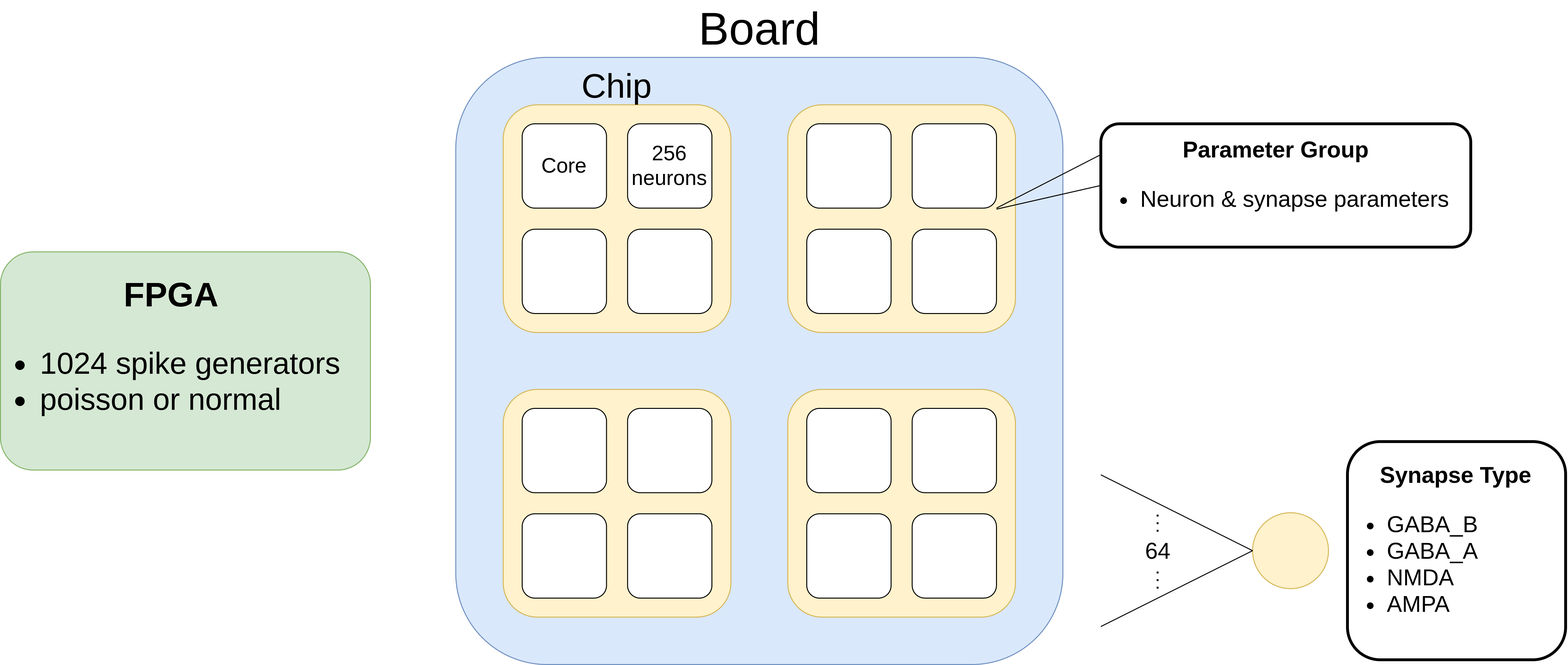
Earlier version of the draw.io export docs/devices/DynapSE/images/dynapse_structure.png (synsense/rockpool). Source tidied: cells renumbered, new cells last; positions are measured from the earlier drawing's top-left corner, leaving out a move shared by most shapes. Its diagram source:
```xml
<mxGraphModel>
  <root>
    <mxCell id="0" />
    <mxCell id="1" parent="0" />
    <mxCell id="2" style="rounded=1;whiteSpace=wrap;html=1;fillColor=#dae8fc;strokeColor=#6c8ebf;" parent="1" vertex="1">
      <mxGeometry x="480" y="60" width="640" height="640" as="geometry" />
    </mxCell>
    <mxCell id="3" style="rounded=1;whiteSpace=wrap;html=1;fillColor=#fff2cc;strokeColor=#d6b656;" parent="1" vertex="1">
      <mxGeometry x="530" y="110" width="240" height="240" as="geometry" />
    </mxCell>
    <mxCell id="4" style="rounded=1;whiteSpace=wrap;html=1;fillColor=#fff2cc;strokeColor=#d6b656;" parent="1" vertex="1">
      <mxGeometry x="830" y="110" width="240" height="240" as="geometry" />
    </mxCell>
    <mxCell id="5" style="rounded=1;whiteSpace=wrap;html=1;fillColor=#fff2cc;strokeColor=#d6b656;" parent="1" vertex="1">
      <mxGeometry x="830" y="410" width="240" height="240" as="geometry" />
    </mxCell>
    <mxCell id="6" style="rounded=1;whiteSpace=wrap;html=1;fillColor=#fff2cc;strokeColor=#d6b656;" parent="1" vertex="1">
      <mxGeometry x="530" y="410" width="240" height="240" as="geometry" />
    </mxCell>
    <mxCell id="7" style="rounded=1;whiteSpace=wrap;html=1;" parent="1" vertex="1">
      <mxGeometry x="550" y="430" width="88.9" height="88.9" as="geometry" />
    </mxCell>
    <mxCell id="8" style="rounded=1;whiteSpace=wrap;html=1;" parent="1" vertex="1">
      <mxGeometry x="661.1" y="430" width="88.9" height="88.9" as="geometry" />
    </mxCell>
    <mxCell id="9" style="rounded=1;whiteSpace=wrap;html=1;" parent="1" vertex="1">
      <mxGeometry x="661.1" y="541.1" width="88.9" height="88.9" as="geometry" />
    </mxCell>
    <mxCell id="10" style="rounded=1;whiteSpace=wrap;html=1;" parent="1" vertex="1">
      <mxGeometry x="550" y="541.1" width="88.9" height="88.9" as="geometry" />
    </mxCell>
    <mxCell id="11" style="rounded=1;whiteSpace=wrap;html=1;" parent="1" vertex="1">
      <mxGeometry x="850" y="430" width="88.9" height="88.9" as="geometry" />
    </mxCell>
    <mxCell id="12" style="rounded=1;whiteSpace=wrap;html=1;" parent="1" vertex="1">
      <mxGeometry x="961.1" y="430" width="88.9" height="88.9" as="geometry" />
    </mxCell>
    <mxCell id="13" style="rounded=1;whiteSpace=wrap;html=1;" parent="1" vertex="1">
      <mxGeometry x="961.1" y="541.1" width="88.9" height="88.9" as="geometry" />
    </mxCell>
    <mxCell id="14" style="rounded=1;whiteSpace=wrap;html=1;" parent="1" vertex="1">
      <mxGeometry x="850" y="541.1" width="88.9" height="88.9" as="geometry" />
    </mxCell>
    <mxCell id="15" style="rounded=1;whiteSpace=wrap;html=1;" parent="1" vertex="1">
      <mxGeometry x="850" y="130" width="88.9" height="88.9" as="geometry" />
    </mxCell>
    <mxCell id="16" style="rounded=1;whiteSpace=wrap;html=1;" parent="1" vertex="1">
      <mxGeometry x="961.1" y="130" width="88.9" height="88.9" as="geometry" />
    </mxCell>
    <mxCell id="17" style="rounded=1;whiteSpace=wrap;html=1;" parent="1" vertex="1">
      <mxGeometry x="961.1" y="241.1" width="88.9" height="88.9" as="geometry" />
    </mxCell>
    <mxCell id="18" style="rounded=1;whiteSpace=wrap;html=1;" parent="1" vertex="1">
      <mxGeometry x="850" y="241.1" width="88.9" height="88.9" as="geometry" />
    </mxCell>
    <mxCell id="19" value="Core" style="rounded=1;whiteSpace=wrap;html=1;fontSize=22;" parent="1" vertex="1">
      <mxGeometry x="550" y="130" width="88.9" height="88.9" as="geometry" />
    </mxCell>
    <mxCell id="20" style="rounded=1;whiteSpace=wrap;html=1;" parent="1" vertex="1">
      <mxGeometry x="661.1" y="241.1" width="88.9" height="88.9" as="geometry" />
    </mxCell>
    <mxCell id="21" style="rounded=1;whiteSpace=wrap;html=1;" parent="1" vertex="1">
      <mxGeometry x="550" y="241.1" width="88.9" height="88.9" as="geometry" />
    </mxCell>
    <mxCell id="22" value="Chip" style="text;html=1;strokeColor=none;fillColor=none;align=center;verticalAlign=middle;whiteSpace=wrap;rounded=0;fontSize=36;" parent="1" vertex="1">
      <mxGeometry x="635" y="80" width="30" height="20" as="geometry" />
    </mxCell>
    <mxCell id="23" value="256 neurons" style="rounded=1;whiteSpace=wrap;html=1;fontSize=22;" parent="1" vertex="1">
      <mxGeometry x="661.1" y="130" width="88.9" height="88.9" as="geometry" />
    </mxCell>
    <mxCell id="24" value="Board" style="text;html=1;align=center;verticalAlign=middle;strokeColor=none;fontSize=48;" parent="1" vertex="1">
      <mxGeometry x="730" width="140" height="60" as="geometry" />
    </mxCell>
    <mxCell id="25" value="&lt;div style=&quot;text-align: center&quot;&gt;&lt;span&gt;&lt;b&gt;Parameter Group&lt;/b&gt;&lt;/span&gt;&lt;/div&gt;&lt;ul&gt;&lt;li&gt;Neuron &amp;amp; synapse parameters&lt;/li&gt;&lt;/ul&gt;" style="rounded=1;whiteSpace=wrap;html=1;fontSize=24;align=left;fillColor=none;strokeWidth=3;" parent="1" vertex="1">
      <mxGeometry x="1160" y="130" width="390" height="130" as="geometry" />
    </mxCell>
    <mxCell id="26" style="endArrow=none;html=1;fontSize=24;entryX=1;entryY=1;entryDx=0;entryDy=0;exitX=0;exitY=0.25;exitDx=0;exitDy=0;" parent="1" edge="1" source="25" target="16">
      <mxGeometry relative="1" as="geometry" />
    </mxCell>
    <mxCell id="27" style="endArrow=none;html=1;fontSize=24;exitX=0;exitY=0.5;exitDx=0;exitDy=0;" parent="1" edge="1" source="25">
      <mxGeometry relative="1" as="geometry">
        <mxPoint x="1050" y="220" as="targetPoint" />
      </mxGeometry>
    </mxCell>
    <mxCell id="28" style="ellipse;whiteSpace=wrap;html=1;fillColor=#fff2cc;strokeColor=#d6b656;" parent="1" vertex="1">
      <mxGeometry x="1320" y="540" width="80" height="80" as="geometry" />
    </mxCell>
    <mxCell id="29" style="endArrow=none;html=1;entryX=0;entryY=0.5;entryDx=0;entryDy=0;" parent="1" edge="1" target="28">
      <mxGeometry relative="1" as="geometry">
        <mxPoint x="1160" y="500" as="sourcePoint" />
      </mxGeometry>
    </mxCell>
    <mxCell id="30" style="endArrow=none;html=1;entryX=0;entryY=0.5;entryDx=0;entryDy=0;" parent="1" edge="1" target="28">
      <mxGeometry relative="1" as="geometry">
        <mxPoint x="1160" y="660" as="sourcePoint" />
      </mxGeometry>
    </mxCell>
    <mxCell id="31" value="&lt;span style=&quot;font-size: 24px&quot;&gt;64&lt;/span&gt;" style="text;html=1;align=center;verticalAlign=middle;strokeColor=none;" parent="1" vertex="1">
      <mxGeometry x="1200" y="570" width="40" height="20" as="geometry" />
    </mxCell>
    <mxCell id="32" style="endArrow=none;dashed=1;html=1;dashPattern=1 3;strokeWidth=2;" parent="1" edge="1">
      <mxGeometry relative="1" as="geometry">
        <mxPoint x="1219.9" y="560" as="sourcePoint" />
        <mxPoint x="1219.9" y="540" as="targetPoint" />
      </mxGeometry>
    </mxCell>
    <mxCell id="33" style="endArrow=none;dashed=1;html=1;dashPattern=1 3;strokeWidth=2;" parent="1" edge="1">
      <mxGeometry relative="1" as="geometry">
        <mxPoint x="1219.9" y="620" as="sourcePoint" />
        <mxPoint x="1219.9" y="600" as="targetPoint" />
      </mxGeometry>
    </mxCell>
    <mxCell id="34" value="&lt;div style=&quot;text-align: center&quot;&gt;&lt;b&gt;FPGA&lt;/b&gt;&lt;/div&gt;&lt;ul style=&quot;font-size: 32px&quot;&gt;&lt;li&gt;1024 spike generators&lt;/li&gt;&lt;li&gt;poisson or normal&lt;/li&gt;&lt;/ul&gt;" style="whiteSpace=wrap;html=1;fontSize=36;fillColor=#d5e8d4;strokeColor=#82b366;align=left;rounded=1;" parent="1" vertex="1">
      <mxGeometry y="265" width="390" height="230" as="geometry" />
    </mxCell>
    <mxCell id="35" value="&lt;div style=&quot;text-align: center&quot;&gt;&lt;span&gt;&lt;b&gt;Synapse Type&lt;/b&gt;&lt;/span&gt;&lt;/div&gt;&lt;ul&gt;&lt;li&gt;GABA_B&lt;/li&gt;&lt;li&gt;GABA_A&lt;/li&gt;&lt;li&gt;NMDA&lt;/li&gt;&lt;li&gt;AMPA&amp;nbsp; &amp;nbsp; &amp;nbsp; &amp;nbsp; &amp;nbsp; &amp;nbsp; &amp;nbsp; &amp;nbsp; &amp;nbsp;&amp;nbsp;&lt;/li&gt;&lt;/ul&gt;" style="rounded=1;whiteSpace=wrap;html=1;fontSize=24;align=left;fillColor=none;strokeWidth=3;" parent="1" vertex="1">
      <mxGeometry x="1420" y="465" width="230" height="230" as="geometry" />
    </mxCell>
  </root>
</mxGraphModel>
```
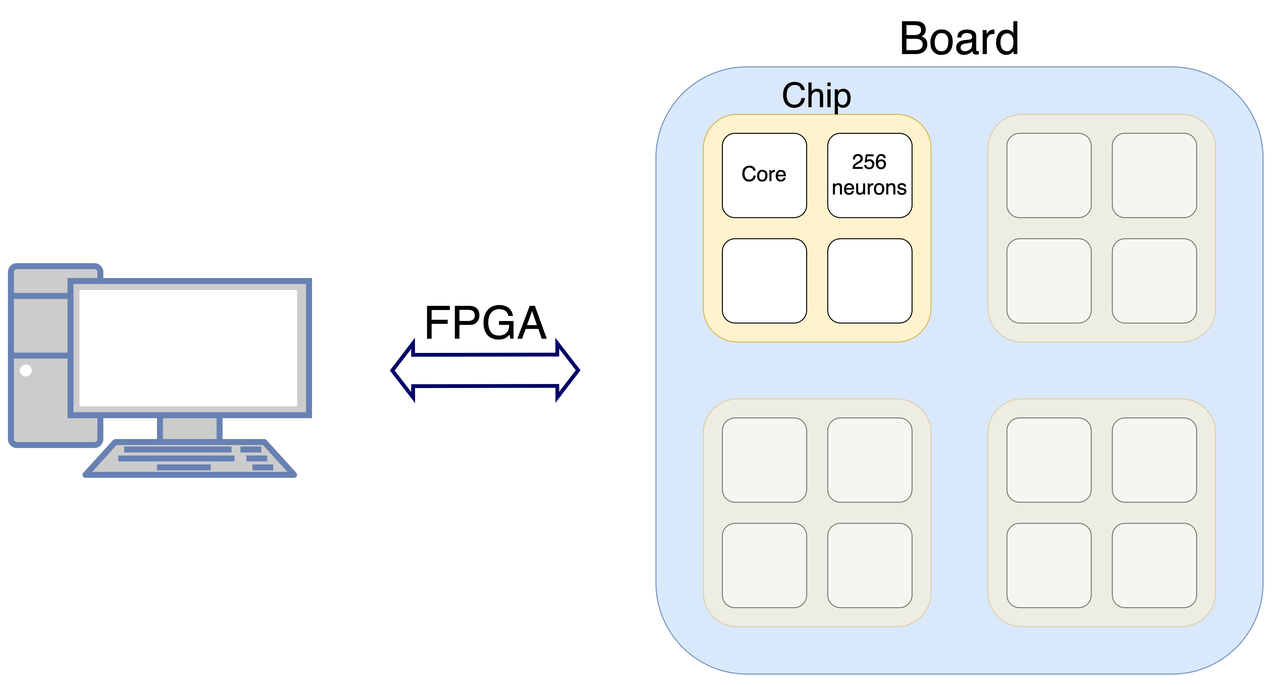
The same diagram one commit later.

Commit message:
wrong figure fixed

What changed in the source:
```diff
@@ -8,49 +8,49 @@
     <mxCell id="3" style="rounded=1;whiteSpace=wrap;html=1;fillColor=#fff2cc;strokeColor=#d6b656;" parent="1" vertex="1">
       <mxGeometry x="530" y="110" width="240" height="240" as="geometry" />
     </mxCell>
-    <mxCell id="4" style="rounded=1;whiteSpace=wrap;html=1;fillColor=#fff2cc;strokeColor=#d6b656;" parent="1" vertex="1">
+    <mxCell id="4" style="rounded=1;whiteSpace=wrap;html=1;fillColor=#fff2cc;strokeColor=#d6b656;opacity=50;" parent="1" vertex="1">
       <mxGeometry x="830" y="110" width="240" height="240" as="geometry" />
     </mxCell>
-    <mxCell id="5" style="rounded=1;whiteSpace=wrap;html=1;fillColor=#fff2cc;strokeColor=#d6b656;" parent="1" vertex="1">
+    <mxCell id="5" style="rounded=1;whiteSpace=wrap;html=1;fillColor=#fff2cc;strokeColor=#d6b656;opacity=50;" parent="1" vertex="1">
       <mxGeometry x="830" y="410" width="240" height="240" as="geometry" />
     </mxCell>
-    <mxCell id="6" style="rounded=1;whiteSpace=wrap;html=1;fillColor=#fff2cc;strokeColor=#d6b656;" parent="1" vertex="1">
+    <mxCell id="6" style="rounded=1;whiteSpace=wrap;html=1;fillColor=#fff2cc;strokeColor=#d6b656;opacity=50;" parent="1" vertex="1">
       <mxGeometry x="530" y="410" width="240" height="240" as="geometry" />
     </mxCell>
-    <mxCell id="7" style="rounded=1;whiteSpace=wrap;html=1;" parent="1" vertex="1">
+    <mxCell id="7" style="rounded=1;whiteSpace=wrap;html=1;opacity=50;" parent="1" vertex="1">
       <mxGeometry x="550" y="430" width="88.9" height="88.9" as="geometry" />
     </mxCell>
-    <mxCell id="8" style="rounded=1;whiteSpace=wrap;html=1;" parent="1" vertex="1">
+    <mxCell id="8" style="rounded=1;whiteSpace=wrap;html=1;opacity=50;" parent="1" vertex="1">
       <mxGeometry x="661.1" y="430" width="88.9" height="88.9" as="geometry" />
     </mxCell>
-    <mxCell id="9" style="rounded=1;whiteSpace=wrap;html=1;" parent="1" vertex="1">
+    <mxCell id="9" style="rounded=1;whiteSpace=wrap;html=1;opacity=50;" parent="1" vertex="1">
       <mxGeometry x="661.1" y="541.1" width="88.9" height="88.9" as="geometry" />
     </mxCell>
-    <mxCell id="10" style="rounded=1;whiteSpace=wrap;html=1;" parent="1" vertex="1">
+    <mxCell id="10" style="rounded=1;whiteSpace=wrap;html=1;opacity=50;" parent="1" vertex="1">
       <mxGeometry x="550" y="541.1" width="88.9" height="88.9" as="geometry" />
     </mxCell>
-    <mxCell id="11" style="rounded=1;whiteSpace=wrap;html=1;" parent="1" vertex="1">
+    <mxCell id="11" style="rounded=1;whiteSpace=wrap;html=1;opacity=50;" parent="1" vertex="1">
       <mxGeometry x="850" y="430" width="88.9" height="88.9" as="geometry" />
     </mxCell>
-    <mxCell id="12" style="rounded=1;whiteSpace=wrap;html=1;" parent="1" vertex="1">
+    <mxCell id="12" style="rounded=1;whiteSpace=wrap;html=1;opacity=50;" parent="1" vertex="1">
       <mxGeometry x="961.1" y="430" width="88.9" height="88.9" as="geometry" />
     </mxCell>
-    <mxCell id="13" style="rounded=1;whiteSpace=wrap;html=1;" parent="1" vertex="1">
+    <mxCell id="13" style="rounded=1;whiteSpace=wrap;html=1;opacity=50;" parent="1" vertex="1">
       <mxGeometry x="961.1" y="541.1" width="88.9" height="88.9" as="geometry" />
     </mxCell>
-    <mxCell id="14" style="rounded=1;whiteSpace=wrap;html=1;" parent="1" vertex="1">
+    <mxCell id="14" style="rounded=1;whiteSpace=wrap;html=1;opacity=50;" parent="1" vertex="1">
       <mxGeometry x="850" y="541.1" width="88.9" height="88.9" as="geometry" />
     </mxCell>
-    <mxCell id="15" style="rounded=1;whiteSpace=wrap;html=1;" parent="1" vertex="1">
+    <mxCell id="15" style="rounded=1;whiteSpace=wrap;html=1;opacity=50;" parent="1" vertex="1">
       <mxGeometry x="850" y="130" width="88.9" height="88.9" as="geometry" />
     </mxCell>
-    <mxCell id="16" style="rounded=1;whiteSpace=wrap;html=1;" parent="1" vertex="1">
+    <mxCell id="16" style="rounded=1;whiteSpace=wrap;html=1;opacity=50;" parent="1" vertex="1">
       <mxGeometry x="961.1" y="130" width="88.9" height="88.9" as="geometry" />
     </mxCell>
-    <mxCell id="17" style="rounded=1;whiteSpace=wrap;html=1;" parent="1" vertex="1">
+    <mxCell id="17" style="rounded=1;whiteSpace=wrap;html=1;opacity=50;" parent="1" vertex="1">
       <mxGeometry x="961.1" y="241.1" width="88.9" height="88.9" as="geometry" />
     </mxCell>
-    <mxCell id="18" style="rounded=1;whiteSpace=wrap;html=1;" parent="1" vertex="1">
+    <mxCell id="18" style="rounded=1;whiteSpace=wrap;html=1;opacity=50;" parent="1" vertex="1">
       <mxGeometry x="850" y="241.1" width="88.9" height="88.9" as="geometry" />
     </mxCell>
     <mxCell id="19" value="Core" style="rounded=1;whiteSpace=wrap;html=1;fontSize=22;" parent="1" vertex="1">
@@ -71,50 +71,17 @@
     <mxCell id="24" value="Board" style="text;html=1;align=center;verticalAlign=middle;strokeColor=none;fontSize=48;" parent="1" vertex="1">
       <mxGeometry x="730" width="140" height="60" as="geometry" />
     </mxCell>
-    <mxCell id="25" value="&lt;div style=&quot;text-align: center&quot;&gt;&lt;span&gt;&lt;b&gt;Parameter Group&lt;/b&gt;&lt;/span&gt;&lt;/div&gt;&lt;ul&gt;&lt;li&gt;Neuron &amp;amp; synapse parameters&lt;/li&gt;&lt;/ul&gt;" style="rounded=1;whiteSpace=wrap;html=1;fontSize=24;align=left;fillColor=none;strokeWidth=3;" parent="1" vertex="1">
-      <mxGeometry x="1160" y="130" width="390" height="130" as="geometry" />
-    </mxCell>
-    <mxCell id="26" style="endArrow=none;html=1;fontSize=24;entryX=1;entryY=1;entryDx=0;entryDy=0;exitX=0;exitY=0.25;exitDx=0;exitDy=0;" parent="1" edge="1" source="25" target="16">
-      <mxGeometry relative="1" as="geometry" />
-    </mxCell>
-    <mxCell id="27" style="endArrow=none;html=1;fontSize=24;exitX=0;exitY=0.5;exitDx=0;exitDy=0;" parent="1" edge="1" source="25">
-      <mxGeometry relative="1" as="geometry">
-        <mxPoint x="1050" y="220" as="targetPoint" />
-      </mxGeometry>
-    </mxCell>
-    <mxCell id="28" style="ellipse;whiteSpace=wrap;html=1;fillColor=#fff2cc;strokeColor=#d6b656;" parent="1" vertex="1">
-      <mxGeometry x="1320" y="540" width="80" height="80" as="geometry" />
-    </mxCell>
-    <mxCell id="29" style="endArrow=none;html=1;entryX=0;entryY=0.5;entryDx=0;entryDy=0;" parent="1" edge="1" target="28">
-      <mxGeometry relative="1" as="geometry">
-        <mxPoint x="1160" y="500" as="sourcePoint" />
-      </mxGeometry>
-    </mxCell>
-    <mxCell id="30" style="endArrow=none;html=1;entryX=0;entryY=0.5;entryDx=0;entryDy=0;" parent="1" edge="1" target="28">
-      <mxGeometry relative="1" as="geometry">
-        <mxPoint x="1160" y="660" as="sourcePoint" />
-      </mxGeometry>
-    </mxCell>
-    <mxCell id="31" value="&lt;span style=&quot;font-size: 24px&quot;&gt;64&lt;/span&gt;" style="text;html=1;align=center;verticalAlign=middle;strokeColor=none;" parent="1" vertex="1">
-      <mxGeometry x="1200" y="570" width="40" height="20" as="geometry" />
-    </mxCell>
-    <mxCell id="32" style="endArrow=none;dashed=1;html=1;dashPattern=1 3;strokeWidth=2;" parent="1" edge="1">
-      <mxGeometry relative="1" as="geometry">
-        <mxPoint x="1219.9" y="560" as="sourcePoint" />
-        <mxPoint x="1219.9" y="540" as="targetPoint" />
-      </mxGeometry>
-    </mxCell>
-    <mxCell id="33" style="endArrow=none;dashed=1;html=1;dashPattern=1 3;strokeWidth=2;" parent="1" edge="1">
-      <mxGeometry relative="1" as="geometry">
-        <mxPoint x="1219.9" y="620" as="sourcePoint" />
-        <mxPoint x="1219.9" y="600" as="targetPoint" />
-      </mxGeometry>
-    </mxCell>
-    <mxCell id="34" value="&lt;div style=&quot;text-align: center&quot;&gt;&lt;b&gt;FPGA&lt;/b&gt;&lt;/div&gt;&lt;ul style=&quot;font-size: 32px&quot;&gt;&lt;li&gt;1024 spike generators&lt;/li&gt;&lt;li&gt;poisson or normal&lt;/li&gt;&lt;/ul&gt;" style="whiteSpace=wrap;html=1;fontSize=36;fillColor=#d5e8d4;strokeColor=#82b366;align=left;rounded=1;" parent="1" vertex="1">
-      <mxGeometry y="265" width="390" height="230" as="geometry" />
-    </mxCell>
-    <mxCell id="35" value="&lt;div style=&quot;text-align: center&quot;&gt;&lt;span&gt;&lt;b&gt;Synapse Type&lt;/b&gt;&lt;/span&gt;&lt;/div&gt;&lt;ul&gt;&lt;li&gt;GABA_B&lt;/li&gt;&lt;li&gt;GABA_A&lt;/li&gt;&lt;li&gt;NMDA&lt;/li&gt;&lt;li&gt;AMPA&amp;nbsp; &amp;nbsp; &amp;nbsp; &amp;nbsp; &amp;nbsp; &amp;nbsp; &amp;nbsp; &amp;nbsp; &amp;nbsp;&amp;nbsp;&lt;/li&gt;&lt;/ul&gt;" style="rounded=1;whiteSpace=wrap;html=1;fontSize=24;align=left;fillColor=none;strokeWidth=3;" parent="1" vertex="1">
-      <mxGeometry x="1420" y="465" width="230" height="230" as="geometry" />
-    </mxCell>
+    <mxCell id="36" style="fontColor=#0066CC;verticalAlign=top;verticalLabelPosition=bottom;labelPosition=center;align=center;html=1;fillColor=#CCCCCC;strokeColor=#6881B3;gradientColor=none;gradientDirection=north;strokeWidth=2;shape=mxgraph.networks.pc;" parent="1" vertex="1">
+      <mxGeometry x="-200" y="270" width="314.3" height="220" as="geometry" />
+    </mxCell>
+    <mxCell id="37" style="shape=flexArrow;endArrow=classic;startArrow=classic;html=1;rounded=0;strokeWidth=4;strokeColor=#000066;width=30;" parent="1" edge="1">
+      <mxGeometry relative="1" as="geometry">
+        <mxPoint x="200" y="380" as="sourcePoint" />
+        <mxPoint x="400" y="379.7" as="targetPoint" />
+      </mxGeometry>
+    </mxCell>
+    <mxCell id="38" value="FPGA" style="text;html=1;align=center;verticalAlign=middle;strokeColor=none;fontSize=48;" parent="1" vertex="1">
+      <mxGeometry x="225" y="300" width="150" height="60" as="geometry" />
+    </mxCell>
   </root>
 </mxGraphModel>
```
